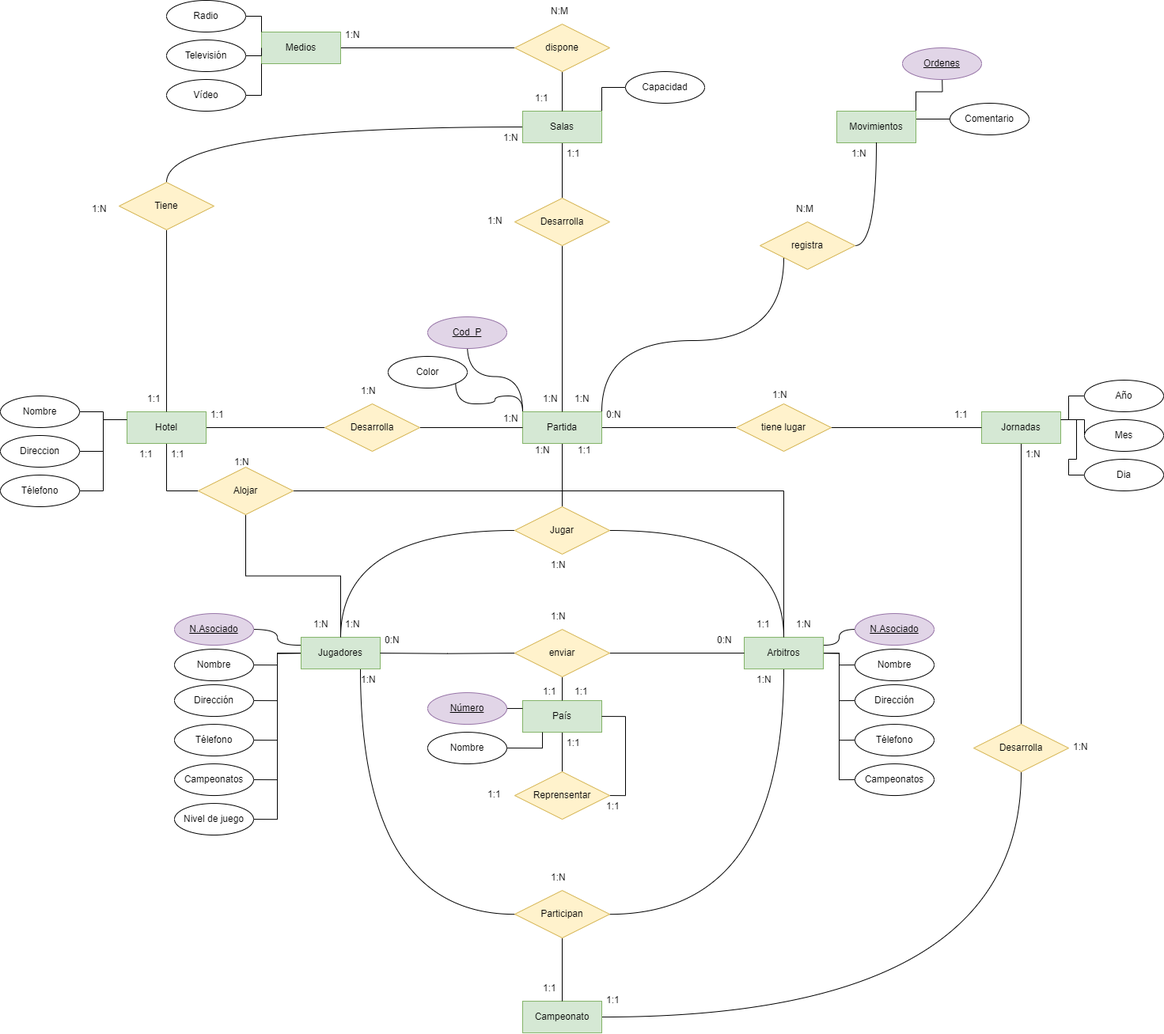
jdrguez/2-Daw keeps this draw.io diagram as Unidad-1/Tareas/Tarea-evaluable2/tarea_evaluable2.drawio.png. Above is the earlier version. Source tidied: cells renumbered, new cells last; positions are measured from the earlier drawing's top-left corner, leaving out a move shared by most shapes.
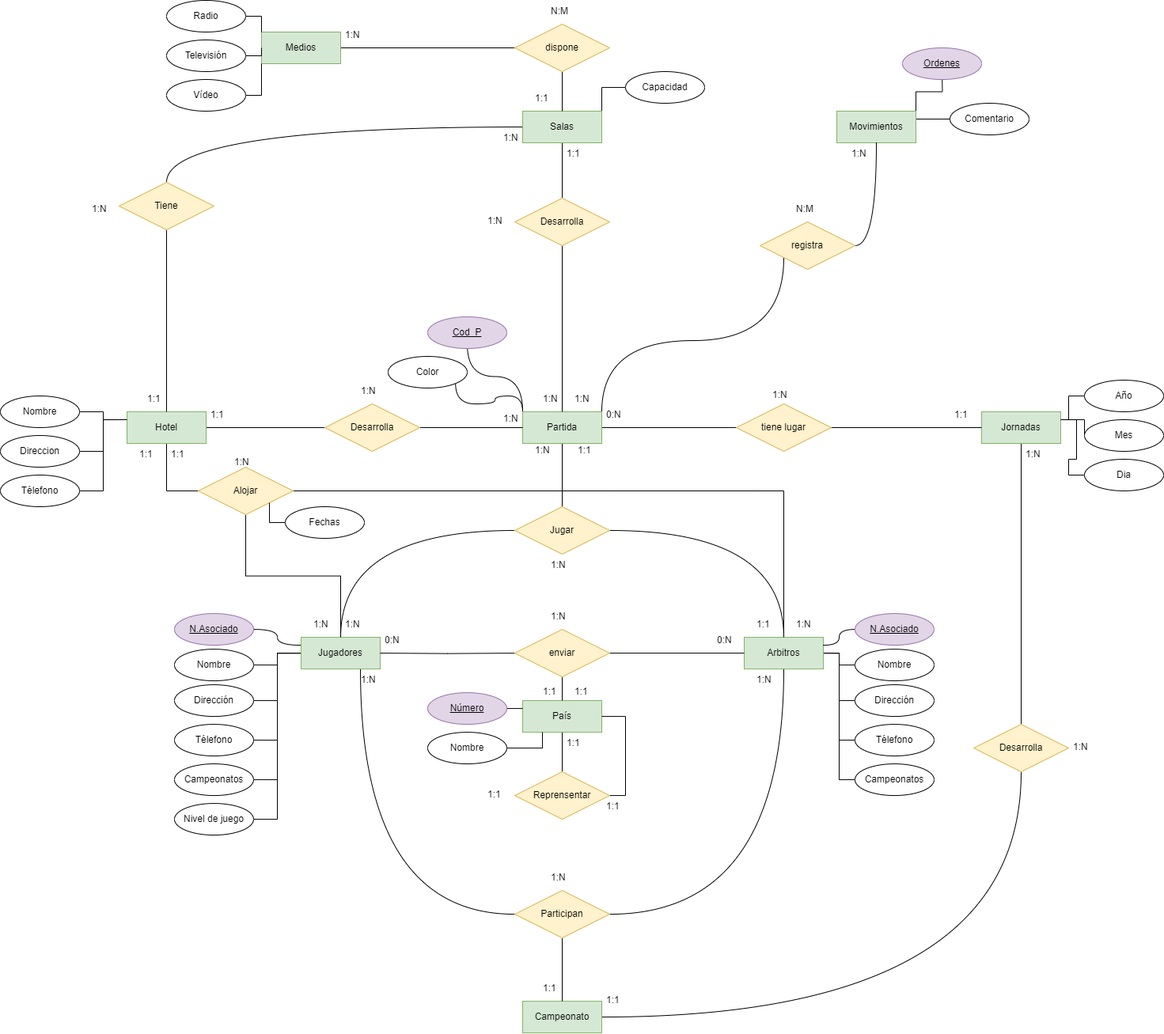
After the change.

Diff of the diagram source:
```diff
@@ -451,5 +451,11 @@
     <mxCell id="148" value="1:1" style="text;strokeColor=none;fillColor=none;spacingLeft=4;spacingRight=4;overflow=hidden;fontSize=12;whiteSpace=wrap;html=1;" parent="1" vertex="1">
       <mxGeometry x="610" y="990.1" width="40" height="30" as="geometry" />
     </mxCell>
+    <mxCell id="149" style="edgeStyle=orthogonalEdgeStyle;rounded=0;jettySize=auto;html=1;exitX=0;exitY=0.5;exitDx=0;exitDy=0;entryX=1;entryY=1;entryDx=0;entryDy=0;endArrow=none;endFill=0;" parent="1" edge="1" source="150" target="88">
+      <mxGeometry relative="1" as="geometry" />
+    </mxCell>
+    <mxCell id="150" value="Fechas" style="ellipse;whiteSpace=wrap;html=1;align=center;" parent="1" vertex="1">
+      <mxGeometry x="360" y="640" width="100" height="40" as="geometry" />
+    </mxCell>
   </root>
 </mxGraphModel>
```
